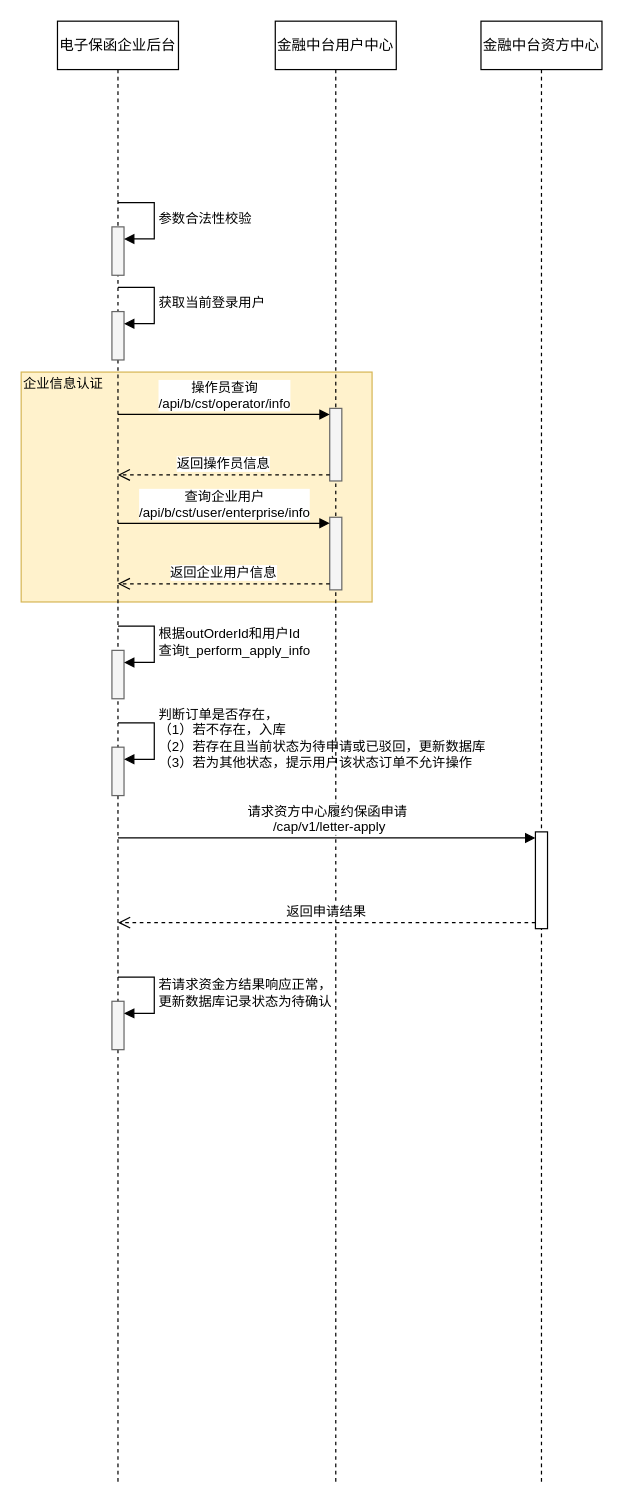
Above: page "定时任务" (4 of 8) of UML/履约保函.drawio in hezhuma/image-repo (draw.io), before the change. Source tidied: cells renumbered, new cells numbered last; positions are measured from the earlier drawing's top-left corner, leaving out a move shared by most shapes. Both pictures are drawn from the tidied source at 121%, with x=0, y=0 at pixel (21, 21).
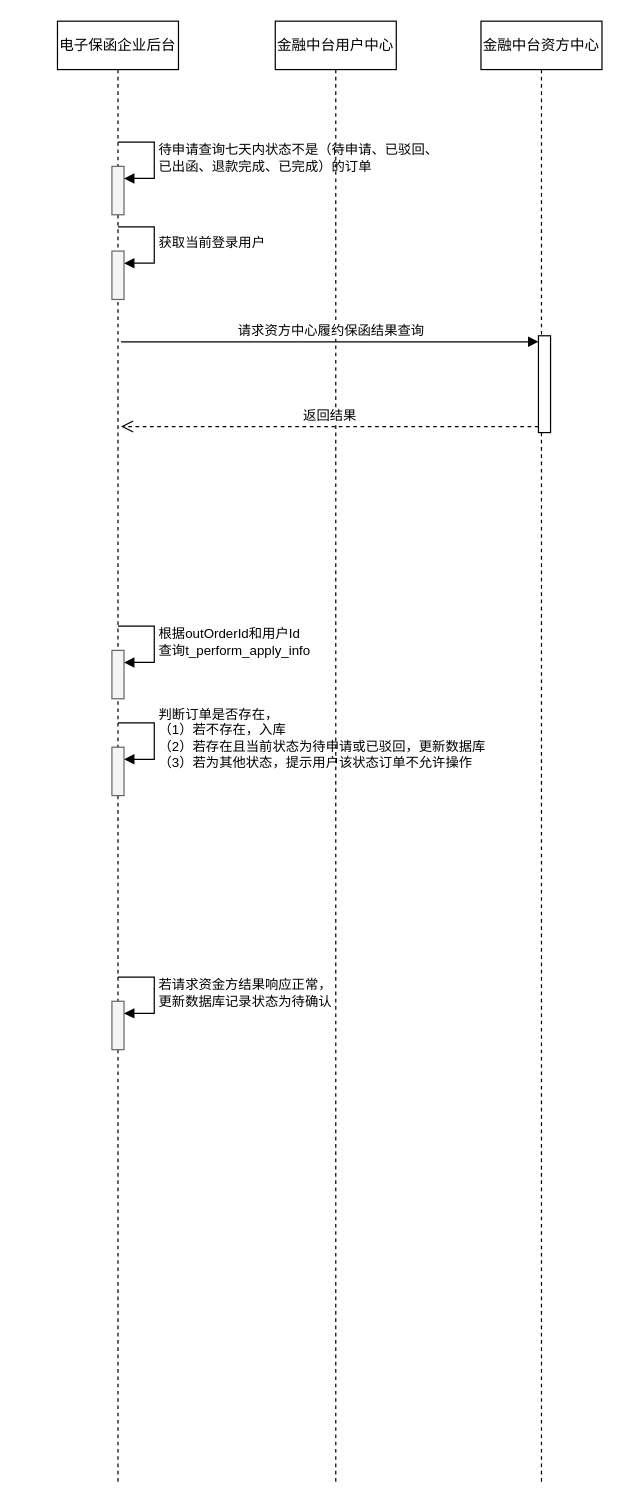
The same page after the edit.

Unchanged cells that the change refers to:
```xml
<mxCell id="3" value="电子保函企业后台" style="shape=umlLifeline;perimeter=lifelinePerimeter;whiteSpace=wrap;html=1;newEdgeStyle={&quot;curved&quot;:0,&quot;rounded&quot;:0};" parent="1" vertex="1">
  <mxGeometry x="30" width="100" height="1210" as="geometry" />
</mxCell>
<mxCell id="14" value="金融中台用户中心" style="shape=umlLifeline;perimeter=lifelinePerimeter;whiteSpace=wrap;html=1;newEdgeStyle={&quot;curved&quot;:0,&quot;rounded&quot;:0};" parent="1" vertex="1">
  <mxGeometry x="210" width="100" height="1210" as="geometry" />
</mxCell>
<mxCell id="19" value="金融中台资方中心" style="shape=umlLifeline;perimeter=lifelinePerimeter;whiteSpace=wrap;html=1;newEdgeStyle={&quot;curved&quot;:0,&quot;rounded&quot;:0};" parent="1" vertex="1">
  <mxGeometry x="380" width="100" height="1210" as="geometry" />
</mxCell>
```

What changed in the source:
```diff
@@
-    <mxCell id="2" style="rounded=0;whiteSpace=wrap;html=1;fillColor=#fff2cc;strokeColor=#d6b656;" parent="1" vertex="1">
-      <mxGeometry y="290" width="290" height="190" as="geometry" />
-    </mxCell>
@@
     <mxCell id="4" style="html=1;points=[[0,0,0,0,5],[0,1,0,0,-5],[1,0,0,0,5],[1,1,0,0,-5]];perimeter=orthogonalPerimeter;outlineConnect=0;targetShapes=umlLifeline;portConstraint=eastwest;newEdgeStyle={&quot;curved&quot;:0,&quot;rounded&quot;:0};fillColor=#f5f5f5;fontColor=#333333;strokeColor=#666666;" parent="3" vertex="1">
-      <mxGeometry x="45" y="170" width="10" height="40" as="geometry" />
+      <mxGeometry x="45" y="120" width="10" height="40" as="geometry" />
     </mxCell>
-    <mxCell id="5" value="参数合法性校验" style="html=1;align=left;spacingLeft=2;endArrow=block;rounded=0;edgeStyle=orthogonalEdgeStyle;curved=0;rounded=0;" parent="3" edge="1" target="4">
+    <mxCell id="5" value="待申请查询七天内状态不是（待申请、已驳回、&lt;br&gt;已出函、退款完成、已完成）的订单" style="html=1;align=left;spacingLeft=2;endArrow=block;rounded=0;edgeStyle=orthogonalEdgeStyle;curved=0;rounded=0;" parent="3" edge="1" target="4">
       <mxGeometry relative="1" as="geometry">
-        <mxPoint x="50" y="150" as="sourcePoint" />
+        <mxPoint x="50" y="100" as="sourcePoint" />
         <Array as="points">
-          <mxPoint x="80" y="180" />
+          <mxPoint x="80" y="130" />
         </Array>
       </mxGeometry>
     </mxCell>
     <mxCell id="6" style="html=1;points=[[0,0,0,0,5],[0,1,0,0,-5],[1,0,0,0,5],[1,1,0,0,-5]];perimeter=orthogonalPerimeter;outlineConnect=0;targetShapes=umlLifeline;portConstraint=eastwest;newEdgeStyle={&quot;curved&quot;:0,&quot;rounded&quot;:0};fillColor=#f5f5f5;fontColor=#333333;strokeColor=#666666;" parent="3" vertex="1">
-      <mxGeometry x="45" y="240" width="10" height="40" as="geometry" />
+      <mxGeometry x="45" y="190" width="10" height="40" as="geometry" />
     </mxCell>
     <mxCell id="7" value="获取当前登录用户" style="html=1;align=left;spacingLeft=2;endArrow=block;rounded=0;edgeStyle=orthogonalEdgeStyle;curved=0;rounded=0;" parent="3" edge="1" target="6">
       <mxGeometry relative="1" as="geometry">
-        <mxPoint x="50" y="220" as="sourcePoint" />
+        <mxPoint x="50" y="170" as="sourcePoint" />
         <Array as="points">
-          <mxPoint x="80" y="250" />
+          <mxPoint x="80" y="200" />
         </Array>
       </mxGeometry>
     </mxCell>
@@
-    <mxCell id="15" style="html=1;points=[[0,0,0,0,5],[0,1,0,0,-5],[1,0,0,0,5],[1,1,0,0,-5]];perimeter=orthogonalPerimeter;outlineConnect=0;targetShapes=umlLifeline;portConstraint=eastwest;newEdgeStyle={&quot;curved&quot;:0,&quot;rounded&quot;:0};fillColor=#f5f5f5;fontColor=#333333;strokeColor=#666666;" parent="14" vertex="1">
-      <mxGeometry x="45" y="320" width="10" height="60" as="geometry" />
-    </mxCell>
-    <mxCell id="16" style="html=1;points=[[0,0,0,0,5],[0,1,0,0,-5],[1,0,0,0,5],[1,1,0,0,-5]];perimeter=orthogonalPerimeter;outlineConnect=0;targetShapes=umlLifeline;portConstraint=eastwest;newEdgeStyle={&quot;curved&quot;:0,&quot;rounded&quot;:0};fillColor=#f5f5f5;fontColor=#333333;strokeColor=#666666;" parent="14" vertex="1">
-      <mxGeometry x="45" y="410" width="10" height="60" as="geometry" />
-    </mxCell>
-    <mxCell id="17" value="查询企业用户&lt;br&gt;/api/b/cst/user/enterprise/info" style="html=1;verticalAlign=bottom;endArrow=block;curved=0;rounded=0;entryX=0;entryY=0;entryDx=0;entryDy=5;" parent="14" edge="1" target="16">
-      <mxGeometry relative="1" as="geometry">
-        <mxPoint x="-130" y="415" as="sourcePoint" />
-      </mxGeometry>
-    </mxCell>
-    <mxCell id="18" value="返回企业用户信息" style="html=1;verticalAlign=bottom;endArrow=open;dashed=1;endSize=8;curved=0;rounded=0;exitX=0;exitY=1;exitDx=0;exitDy=-5;" parent="14" edge="1" source="16">
-      <mxGeometry relative="1" as="geometry">
-        <mxPoint x="-130.2" y="465" as="targetPoint" />
-      </mxGeometry>
-    </mxCell>
@@
     <mxCell id="20" style="html=1;points=[[0,0,0,0,5],[0,1,0,0,-5],[1,0,0,0,5],[1,1,0,0,-5]];perimeter=orthogonalPerimeter;outlineConnect=0;targetShapes=umlLifeline;portConstraint=eastwest;newEdgeStyle={&quot;curved&quot;:0,&quot;rounded&quot;:0};" parent="19" vertex="1">
-      <mxGeometry x="45" y="670" width="10" height="80" as="geometry" />
+      <mxGeometry x="47.5" y="260" width="10" height="80" as="geometry" />
     </mxCell>
-    <mxCell id="21" value="操作员查询&lt;br&gt;/api/b/cst/operator/info" style="html=1;verticalAlign=bottom;endArrow=block;curved=0;rounded=0;entryX=0;entryY=0;entryDx=0;entryDy=5;" parent="1" edge="1" target="15">
-      <mxGeometry relative="1" as="geometry">
-        <mxPoint x="80" y="325" as="sourcePoint" />
-      </mxGeometry>
-    </mxCell>
-    <mxCell id="22" value="返回操作员信息" style="html=1;verticalAlign=bottom;endArrow=open;dashed=1;endSize=8;curved=0;rounded=0;exitX=0;exitY=1;exitDx=0;exitDy=-5;" parent="1" edge="1" source="15">
-      <mxGeometry relative="1" as="geometry">
-        <mxPoint x="79.8" y="375" as="targetPoint" />
-      </mxGeometry>
-    </mxCell>
-    <mxCell id="23" value="&lt;font style=&quot;font-size: 11px;&quot;&gt;企业信息认证&lt;/font&gt;" style="text;html=1;strokeColor=none;fillColor=none;align=center;verticalAlign=middle;whiteSpace=wrap;rounded=0;" parent="1" vertex="1">
-      <mxGeometry y="290" width="70" height="20" as="geometry" />
-    </mxCell>
-    <mxCell id="24" value="请求资方中心履约保函申请&lt;br&gt;&amp;nbsp;/cap/v1/letter-apply" style="html=1;verticalAlign=bottom;endArrow=block;curved=0;rounded=0;entryX=0;entryY=0;entryDx=0;entryDy=5;" parent="1" edge="1" target="20">
+    <mxCell id="24" value="请求资方中心履约保函结果查询" style="html=1;verticalAlign=bottom;endArrow=block;curved=0;rounded=0;entryX=0;entryY=0;entryDx=0;entryDy=5;" parent="1" edge="1" target="20">
       <mxGeometry relative="1" as="geometry">
-        <mxPoint x="80" y="675" as="sourcePoint" />
+        <mxPoint x="82.5" y="265" as="sourcePoint" />
       </mxGeometry>
     </mxCell>
-    <mxCell id="25" value="返回申请结果" style="html=1;verticalAlign=bottom;endArrow=open;dashed=1;endSize=8;curved=0;rounded=0;exitX=0;exitY=1;exitDx=0;exitDy=-5;" parent="1" edge="1" source="20">
+    <mxCell id="25" value="返回结果" style="html=1;verticalAlign=bottom;endArrow=open;dashed=1;endSize=8;curved=0;rounded=0;exitX=0;exitY=1;exitDx=0;exitDy=-5;" parent="1" edge="1" source="20">
       <mxGeometry relative="1" as="geometry">
-        <mxPoint x="80" y="745" as="targetPoint" />
+        <mxPoint x="82.5" y="335" as="targetPoint" />
       </mxGeometry>
     </mxCell>
```
